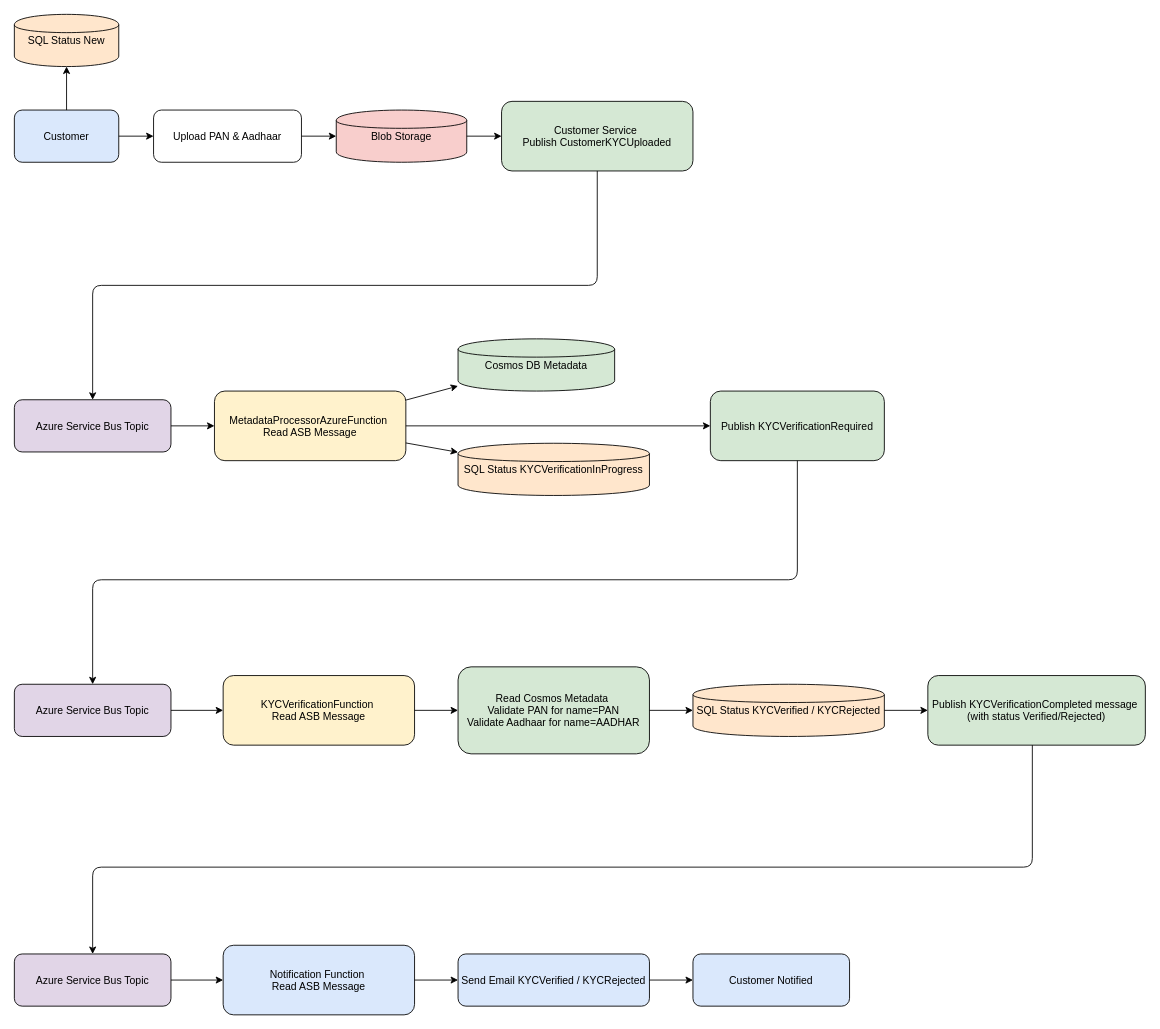
The draw.io diagram Documents/CustomerRegister/CustomerRegisterFlow.drawio in kirtish19/BankingApp, before the edit. Source tidied: cells renumbered, new cells numbered last; positions are measured from the earlier drawing's top-left corner, leaving out a move shared by most shapes. Both pictures are drawn from the tidied source at 87%, with x=0, y=0 at pixel (14, 14).
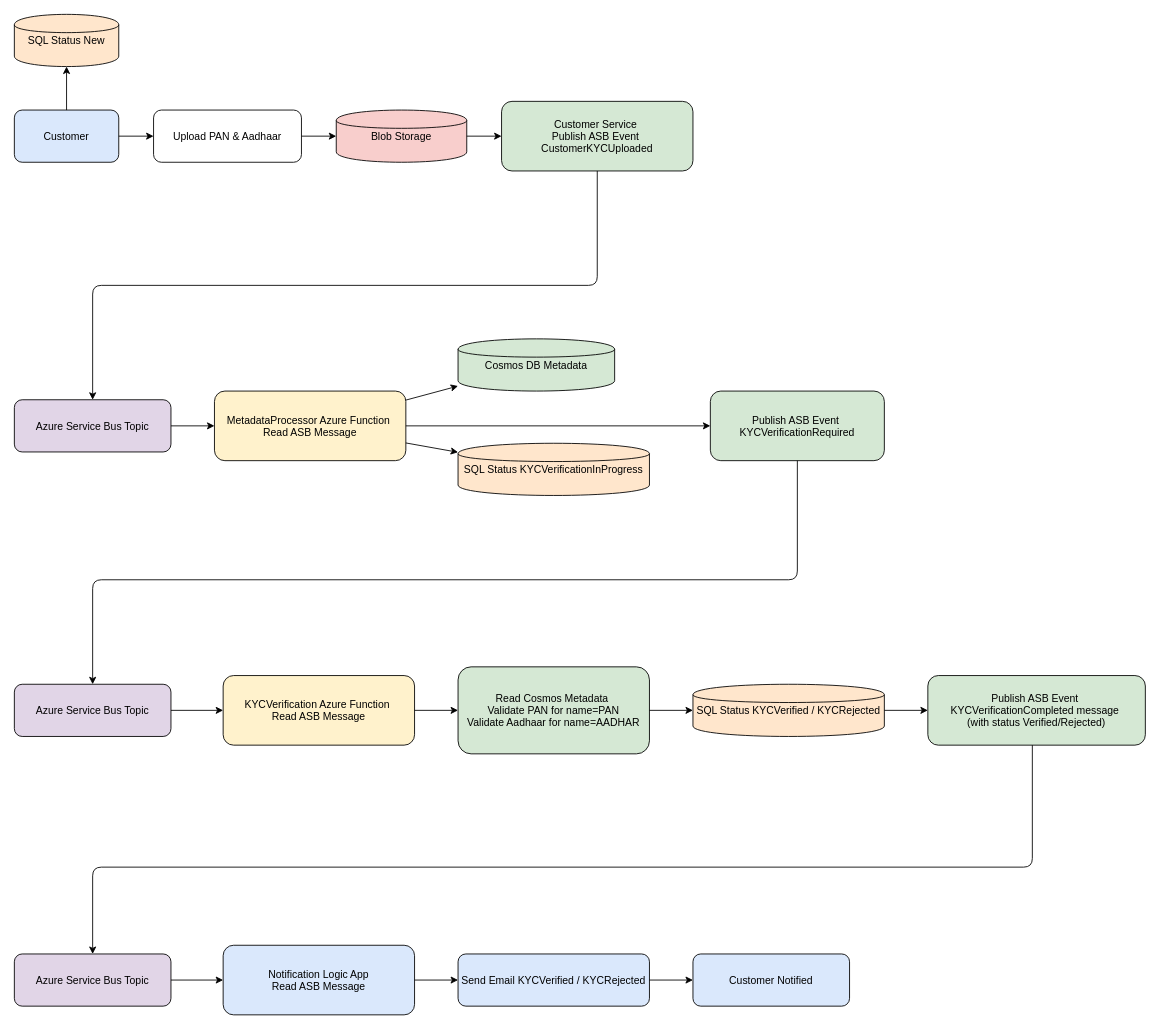
After the change.

Commit message (it also covers changes not shown here):
Customer registrtaion flow updated

Change to the diagram source:
```diff
@@
-    <mxCell id="5" value="Customer Service &#10;Publish CustomerKYCUploaded" style="rounded=1;fillColor=#d5e8d4;" parent="1" vertex="1">
+    <mxCell id="5" value="Customer Service &#10;Publish ASB Event &#10;CustomerKYCUploaded" style="rounded=1;fillColor=#d5e8d4;" parent="1" vertex="1">
       <mxGeometry x="560" y="100" width="220" height="80" as="geometry" />
     </mxCell>
@@
-    <mxCell id="7" value="MetadataProcessorAzureFunction &#10;Read ASB Message" style="rounded=1;fillColor=#fff2cc;" parent="1" vertex="1">
+    <mxCell id="7" value="MetadataProcessor Azure Function &#10;Read ASB Message" style="rounded=1;fillColor=#fff2cc;" parent="1" vertex="1">
       <mxGeometry x="230" y="433" width="220" height="80" as="geometry" />
     </mxCell>
@@
-    <mxCell id="10" value="Publish KYCVerificationRequired" style="rounded=1;fillColor=#d5e8d4;" parent="1" vertex="1">
+    <mxCell id="10" value="Publish ASB Event &#10;KYCVerificationRequired" style="rounded=1;fillColor=#d5e8d4;" parent="1" vertex="1">
       <mxGeometry x="800" y="433" width="200" height="80" as="geometry" />
     </mxCell>
@@
-    <mxCell id="12" value="KYCVerificationFunction &#10;Read ASB Message" style="rounded=1;fillColor=#fff2cc;" parent="1" vertex="1">
+    <mxCell id="12" value="KYCVerification Azure Function &#10;Read ASB Message" style="rounded=1;fillColor=#fff2cc;" parent="1" vertex="1">
       <mxGeometry x="240" y="760" width="220" height="80" as="geometry" />
     </mxCell>
@@
-    <mxCell id="15" value="Publish KYCVerificationCompleted message &#10;(with status Verified/Rejected)" style="rounded=1;fillColor=#d5e8d4;" parent="1" vertex="1">
+    <mxCell id="15" value="Publish ASB Event &#10;KYCVerificationCompleted message &#10;(with status Verified/Rejected)" style="rounded=1;fillColor=#d5e8d4;" parent="1" vertex="1">
       <mxGeometry x="1050" y="760" width="250" height="80" as="geometry" />
     </mxCell>
@@
-    <mxCell id="17" value="Notification Function &#10;Read ASB Message" style="rounded=1;fillColor=#dae8fc;" parent="1" vertex="1">
+    <mxCell id="17" value="Notification Logic App&#10;Read ASB Message" style="rounded=1;fillColor=#dae8fc;" parent="1" vertex="1">
       <mxGeometry x="240" y="1070" width="220" height="80" as="geometry" />
     </mxCell>
```
